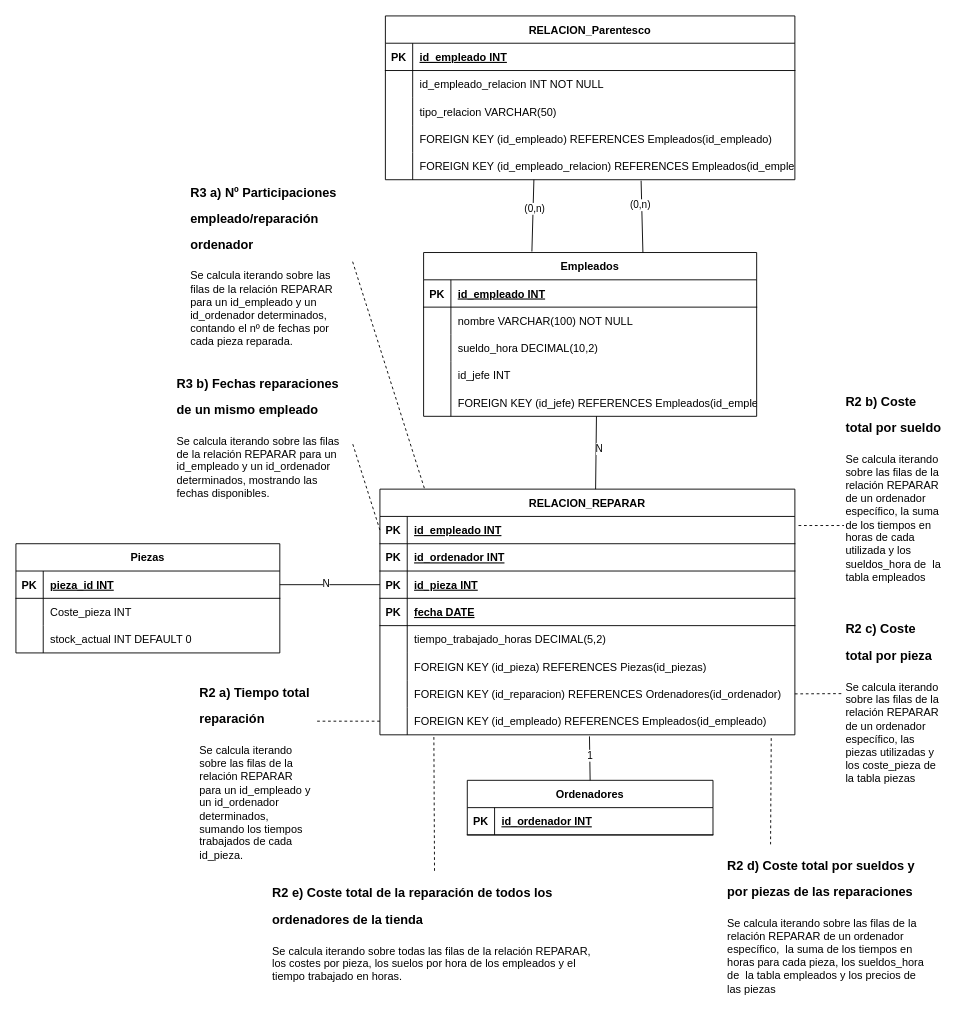
aloantony/TrabajosEnGrupoGII-DalilaTony keeps this draw.io diagram as IngenieríaDeSoftware/P2-A3/Modelado R3.drawio. Above is the earlier version. Source tidied: cells renumbered, new cells numbered last; positions are measured from the earlier drawing's top-left corner, leaving out a move shared by most shapes. Both pictures are drawn from the tidied source at 91%, with x=0, y=0 at pixel (15, 15).
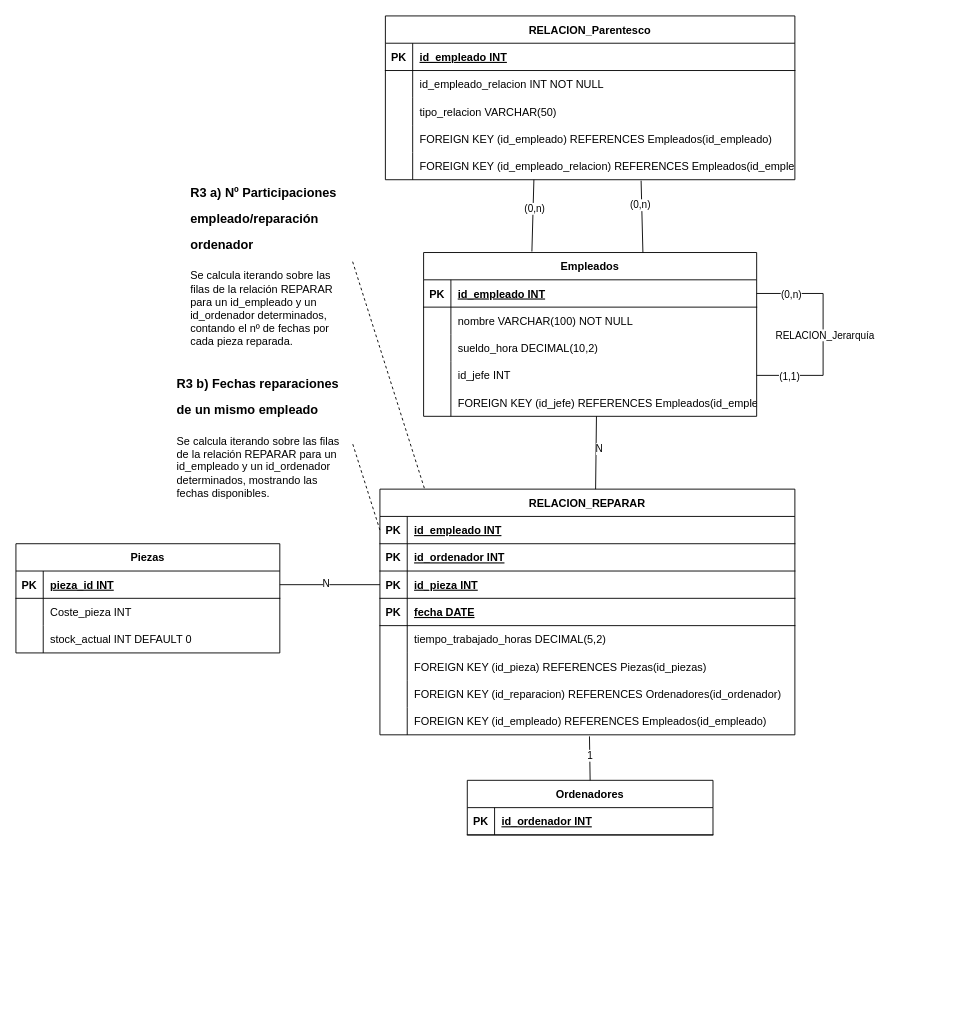
After the change.

The change refers to these unchanged cells:
```xml
<mxCell id="2" value="Empleados" style="shape=table;startSize=30;childLayout=tableLayout;rowLines=0;fontStyle=1;align=center;" parent="1" vertex="1">
  <mxGeometry x="448" y="260" width="366" height="180" as="geometry" />
</mxCell>
<mxCell id="3" style="shape=tableRow;horizontal=0;startSize=0;swimlaneHead=0;swimlaneBody=0;fillColor=none;points=[[0,0.5],[1,0.5]];portConstraint=eastwest;strokeColor=inherit;top=0;left=0;right=0;bottom=1;" parent="2" vertex="1">
  <mxGeometry y="30" width="366" height="30" as="geometry" />
</mxCell>
<mxCell id="12" style="shape=tableRow;horizontal=0;startSize=0;swimlaneHead=0;swimlaneBody=0;fillColor=none;points=[[0,0.5],[1,0.5]];portConstraint=eastwest;strokeColor=inherit;top=0;left=0;right=0;bottom=0;" parent="2" vertex="1">
  <mxGeometry y="120" width="366" height="30" as="geometry" />
</mxCell>
<mxCell id="57" style="shape=tableRow;horizontal=0;startSize=0;swimlaneHead=0;swimlaneBody=0;fillColor=none;points=[[0,0.5],[1,0.5]];portConstraint=eastwest;strokeColor=inherit;top=0;left=0;right=0;bottom=0;" parent="38" vertex="1">
  <mxGeometry y="210" width="456" height="30" as="geometry" />
</mxCell>
<mxCell id="60" style="shape=tableRow;horizontal=0;startSize=0;swimlaneHead=0;swimlaneBody=0;fillColor=none;points=[[0,0.5],[1,0.5]];portConstraint=eastwest;strokeColor=inherit;top=0;left=0;right=0;bottom=0;" parent="38" vertex="1">
  <mxGeometry y="240" width="456" height="30" as="geometry" />
</mxCell>
```

Diff of the diagram source:
```diff
@@
+    <mxCell id="97" style="endArrow=none;html=1;rounded=0;exitX=1;exitY=0.5;exitDx=0;exitDy=0;entryX=1;entryY=0.5;entryDx=0;entryDy=0;" parent="2" edge="1" source="12" target="3">
+      <mxGeometry relative="1" as="geometry">
+        <Array as="points">
+          <mxPoint x="439" y="135" />
+          <mxPoint x="439" y="45" />
+        </Array>
+      </mxGeometry>
+    </mxCell>
+    <mxCell id="98" value="RELACION_Jerarquía" style="edgeLabel;html=1;align=center;verticalAlign=middle;" parent="97" vertex="1">
+      <mxGeometry y="-1" relative="1" as="geometry" />
+    </mxCell>
+    <mxCell id="99" value="(1,1)" style="edgeLabel;html=1;align=center;verticalAlign=middle;" parent="97" vertex="1">
+      <mxGeometry x="-0.7" y="-1" relative="1" as="geometry" />
+    </mxCell>
+    <mxCell id="100" value="(0,n)" style="edgeLabel;html=1;align=center;verticalAlign=middle;" parent="97" vertex="1">
+      <mxGeometry x="0.69" relative="1" as="geometry" />
+    </mxCell>
@@
-    <mxCell id="71" value="&lt;h1 style=&quot;margin-top: 0px;&quot;&gt;&lt;font style=&quot;font-size: 14px;&quot;&gt;R2 a) Tiempo total reparación&lt;/font&gt;&lt;br&gt;&lt;/h1&gt;&lt;p&gt;Se calcula iterando sobre las filas de la relación REPARAR para un id_empleado y un id_ordenador determinados, sumando los tiempos trabajados de cada id_pieza.&lt;br&gt;&lt;/p&gt;" style="text;html=1;whiteSpace=wrap;overflow=hidden;rounded=0;" parent="1" vertex="1">
-      <mxGeometry x="200" y="720" width="130" height="220" as="geometry" />
-    </mxCell>
-    <mxCell id="72" style="endArrow=none;dashed=1;html=1;rounded=0;" parent="1" edge="1">
-      <mxGeometry relative="1" as="geometry">
-        <mxPoint x="860" y="560" as="sourcePoint" />
-        <mxPoint x="910" y="560" as="targetPoint" />
-      </mxGeometry>
-    </mxCell>
@@
-    <mxCell id="83" value="&lt;h1 style=&quot;margin-top: 0px;&quot;&gt;&lt;font style=&quot;font-size: 14px;&quot;&gt;R2 d) Coste total por sueldos y por piezas de las reparaciones&lt;/font&gt;&lt;br&gt;&lt;/h1&gt;&lt;p&gt;Se calcula iterando sobre las filas de la relación REPARAR de un ordenador específico,&amp;nbsp; la suma de los tiempos en horas para cada pieza, los sueldos_hora de&amp;nbsp; la tabla empleados y los precios de las piezas&lt;br&gt;&lt;/p&gt;" style="text;html=1;whiteSpace=wrap;overflow=hidden;rounded=0;" parent="1" vertex="1">
-      <mxGeometry x="780" y="910" width="220" height="180" as="geometry" />
-    </mxCell>
-    <mxCell id="84" style="endArrow=none;dashed=1;html=1;rounded=0;exitX=0.943;exitY=1.122;exitDx=0;exitDy=0;exitPerimeter=0;entryX=0.224;entryY=0.002;entryDx=0;entryDy=0;entryPerimeter=0;" parent="1" edge="1" source="60" target="83">
-      <mxGeometry relative="1" as="geometry" />
-    </mxCell>
@@
-    <mxCell id="87" value="&lt;h1 style=&quot;margin-top: 0px;&quot;&gt;&lt;font style=&quot;font-size: 14px;&quot;&gt;R2 b) Coste total por sueldo&lt;/font&gt;&lt;br&gt;&lt;/h1&gt;&lt;p&gt;Se calcula iterando sobre las filas de la relación REPARAR de un ordenador específico, la suma de los tiempos en horas de cada utilizada y los sueldos_hora de&amp;nbsp; la tabla empleados&lt;/p&gt;" style="text;html=1;whiteSpace=wrap;overflow=hidden;rounded=0;" parent="1" vertex="1">
-      <mxGeometry x="910" y="400" width="110" height="260" as="geometry" />
-    </mxCell>
-    <mxCell id="88" style="endArrow=none;dashed=1;html=1;rounded=0;exitX=0;exitY=0.5;exitDx=0;exitDy=0;entryX=1;entryY=0.25;entryDx=0;entryDy=0;" parent="1" edge="1" source="60" target="71">
-      <mxGeometry relative="1" as="geometry" />
-    </mxCell>
-    <mxCell id="89" value="&lt;h1 style=&quot;margin-top: 0px;&quot;&gt;&lt;font style=&quot;font-size: 14px;&quot;&gt;R2 c) Coste total por pieza&lt;/font&gt;&lt;br&gt;&lt;/h1&gt;&lt;p&gt;Se calcula iterando sobre las filas de la relación REPARAR de un ordenador específico, las piezas utilizadas y los coste_pieza de&amp;nbsp; la tabla piezas&lt;/p&gt;" style="text;html=1;whiteSpace=wrap;overflow=hidden;rounded=0;" parent="1" vertex="1">
-      <mxGeometry x="910" y="650" width="110" height="210" as="geometry" />
-    </mxCell>
-    <mxCell id="90" style="endArrow=none;dashed=1;html=1;rounded=0;entryX=-0.012;entryY=0.451;entryDx=0;entryDy=0;entryPerimeter=0;exitX=1;exitY=0.5;exitDx=0;exitDy=0;" parent="1" edge="1" source="57" target="89">
-      <mxGeometry relative="1" as="geometry" />
-    </mxCell>
-    <mxCell id="91" value="&lt;h1 style=&quot;margin-top: 0px;&quot;&gt;&lt;font style=&quot;font-size: 14px;&quot;&gt;R2 e) Coste total de la reparación de todos los ordenadores de la tienda&lt;/font&gt;&lt;br&gt;&lt;/h1&gt;&lt;p&gt;Se calcula iterando sobre todas las filas de la relación REPARAR, los costes por pieza, los suelos por hora de los empleados y el tiempo trabajado en horas.&lt;br&gt;&lt;/p&gt;" style="text;html=1;whiteSpace=wrap;overflow=hidden;rounded=0;" parent="1" vertex="1">
-      <mxGeometry x="280" y="940" width="360" height="160" as="geometry" />
-    </mxCell>
-    <mxCell id="92" style="endArrow=none;dashed=1;html=1;rounded=0;exitX=0.13;exitY=1.082;exitDx=0;exitDy=0;exitPerimeter=0;entryX=0.5;entryY=0;entryDx=0;entryDy=0;" parent="1" edge="1" source="60" target="91">
-      <mxGeometry relative="1" as="geometry" />
-    </mxCell>
```
